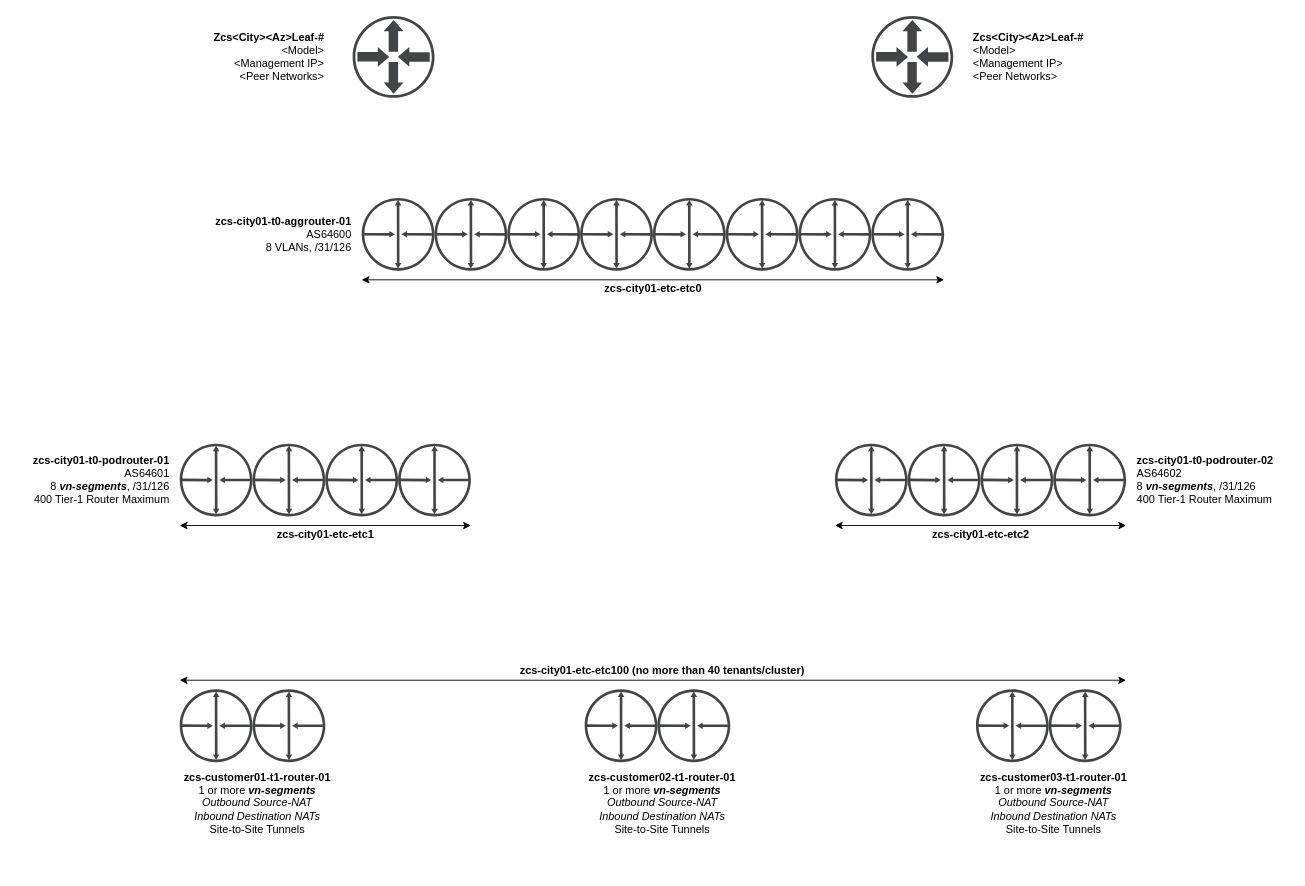
Before: page "Logical Routing Detail" (2 of 3) of dwg/IaaS Logical Routing.drawio in ngschmidt/nsx-ninja-design-v3, a draw.io diagram. Source tidied: cells renumbered, new cells numbered last; positions are measured from the earlier drawing's top-left corner, leaving out a move shared by most shapes. Both pictures are drawn from the tidied source at 91%, with x=0, y=0 at pixel (15, 15).
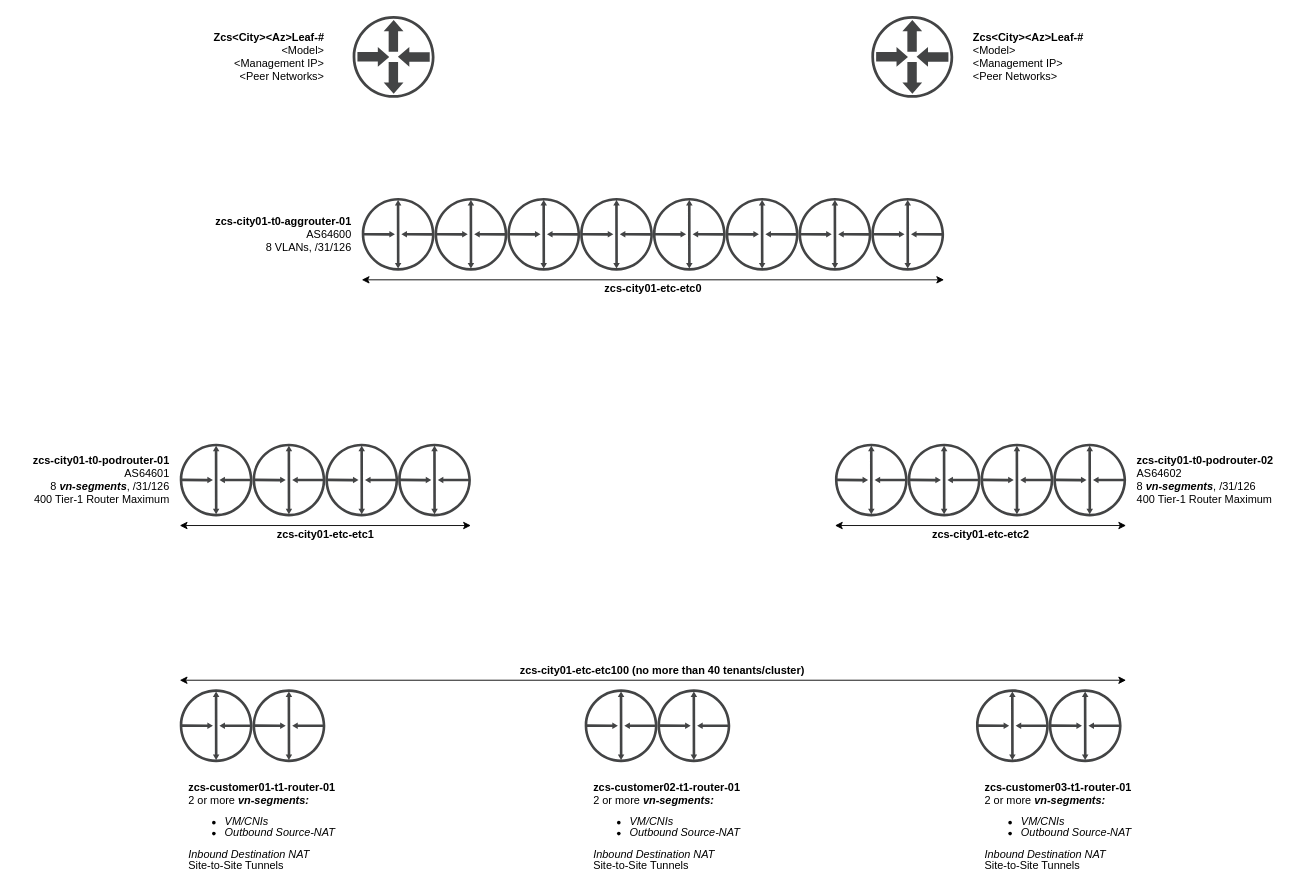
Above is the later version.

Change to the diagram source:
```diff
@@
-    <mxCell id="26" value="&lt;font color=&quot;#000000&quot;&gt;&lt;b&gt;zcs-customer01-t1-router-01&lt;/b&gt;&lt;br&gt;1 or more &lt;i&gt;&lt;b&gt;vn-segments&lt;/b&gt;&lt;br&gt;&lt;/i&gt;&lt;i&gt;Outbound Source-NAT&lt;br&gt;Inbound Destination NATs&lt;br&gt;&lt;/i&gt;Site-to-Site Tunnels&lt;br&gt;&lt;/font&gt;" style="text;html=1;align=center;verticalAlign=middle;fontColor=#FFFFFF;" parent="1" vertex="1">
-      <mxGeometry x="175" y="825" width="180" height="80" as="geometry" />
+    <mxCell id="26" value="&lt;font color=&quot;#000000&quot; style=&quot;line-height: 100%&quot;&gt;&lt;b&gt;zcs-customer01-t1-router-01&lt;/b&gt;&lt;br&gt;&lt;div style=&quot;text-align: left&quot;&gt;&lt;span&gt;2 or more &lt;/span&gt;&lt;i&gt;&lt;b&gt;vn-segments:&lt;/b&gt;&lt;/i&gt;&lt;/div&gt;&lt;i&gt;&lt;div style=&quot;text-align: left&quot;&gt;&lt;ul&gt;&lt;li&gt;&lt;i&gt;VM/CNIs&lt;/i&gt;&lt;/li&gt;&lt;li&gt;&lt;i&gt;Outbound Source-NAT&lt;/i&gt;&lt;/li&gt;&lt;/ul&gt;&lt;/div&gt;&lt;/i&gt;&lt;i&gt;&lt;div style=&quot;text-align: left&quot;&gt;&lt;i&gt;Inbound Destination NAT&lt;/i&gt;&lt;/div&gt;&lt;/i&gt;&lt;div style=&quot;text-align: left&quot;&gt;&lt;span&gt;Site-to-Site Tunnels&lt;/span&gt;&lt;/div&gt;&lt;/font&gt;" style="text;html=1;align=center;verticalAlign=middle;fontColor=#FFFFFF;" parent="1" vertex="1">
+      <mxGeometry x="180" y="840" width="180" height="100" as="geometry" />
     </mxCell>
@@
-    <mxCell id="29" value="&lt;font color=&quot;#000000&quot;&gt;&lt;b&gt;zcs-customer02-t1-router-01&lt;/b&gt;&lt;br&gt;1 or more &lt;i&gt;&lt;b&gt;vn-segments&lt;/b&gt;&lt;br&gt;&lt;/i&gt;&lt;i&gt;Outbound Source-NAT&lt;br&gt;Inbound Destination NATs&lt;br&gt;&lt;/i&gt;Site-to-Site Tunnels&lt;br&gt;&lt;/font&gt;" style="text;html=1;align=center;verticalAlign=middle;fontColor=#FFFFFF;" parent="1" vertex="1">
-      <mxGeometry x="620" y="825" width="180" height="80" as="geometry" />
-    </mxCell>
@@
-    <mxCell id="32" value="&lt;font color=&quot;#000000&quot;&gt;&lt;b&gt;zcs-customer03-t1-router-01&lt;/b&gt;&lt;br&gt;1 or more &lt;i&gt;&lt;b&gt;vn-segments&lt;/b&gt;&lt;br&gt;&lt;/i&gt;&lt;i&gt;Outbound Source-NAT&lt;br&gt;Inbound Destination NATs&lt;br&gt;&lt;/i&gt;Site-to-Site Tunnels&lt;br&gt;&lt;/font&gt;" style="text;html=1;align=center;verticalAlign=middle;fontColor=#FFFFFF;" parent="1" vertex="1">
-      <mxGeometry x="1050" y="825" width="180" height="80" as="geometry" />
-    </mxCell>
@@
+    <mxCell id="42" value="&lt;font color=&quot;#000000&quot; style=&quot;line-height: 100%&quot;&gt;&lt;b&gt;zcs-customer02-t1-router-01&lt;/b&gt;&lt;br&gt;&lt;div style=&quot;text-align: left&quot;&gt;&lt;span&gt;2 or more &lt;/span&gt;&lt;i&gt;&lt;b&gt;vn-segments:&lt;/b&gt;&lt;/i&gt;&lt;/div&gt;&lt;i&gt;&lt;div style=&quot;text-align: left&quot;&gt;&lt;ul&gt;&lt;li&gt;&lt;i&gt;VM/CNIs&lt;/i&gt;&lt;/li&gt;&lt;li&gt;&lt;i&gt;Outbound Source-NAT&lt;/i&gt;&lt;/li&gt;&lt;/ul&gt;&lt;/div&gt;&lt;/i&gt;&lt;i&gt;&lt;div style=&quot;text-align: left&quot;&gt;&lt;i&gt;Inbound Destination NAT&lt;/i&gt;&lt;/div&gt;&lt;/i&gt;&lt;div style=&quot;text-align: left&quot;&gt;&lt;span&gt;Site-to-Site Tunnels&lt;/span&gt;&lt;/div&gt;&lt;/font&gt;" style="text;html=1;align=center;verticalAlign=middle;fontColor=#FFFFFF;" parent="1" vertex="1">
+      <mxGeometry x="625" y="840" width="180" height="100" as="geometry" />
+    </mxCell>
+    <mxCell id="43" value="&lt;font color=&quot;#000000&quot; style=&quot;line-height: 100%&quot;&gt;&lt;b&gt;zcs-customer03-t1-router-01&lt;/b&gt;&lt;br&gt;&lt;div style=&quot;text-align: left&quot;&gt;&lt;span&gt;2 or more &lt;/span&gt;&lt;i&gt;&lt;b&gt;vn-segments:&lt;/b&gt;&lt;/i&gt;&lt;/div&gt;&lt;i&gt;&lt;div style=&quot;text-align: left&quot;&gt;&lt;ul&gt;&lt;li&gt;&lt;i&gt;VM/CNIs&lt;/i&gt;&lt;/li&gt;&lt;li&gt;&lt;i&gt;Outbound Source-NAT&lt;/i&gt;&lt;/li&gt;&lt;/ul&gt;&lt;/div&gt;&lt;/i&gt;&lt;i&gt;&lt;div style=&quot;text-align: left&quot;&gt;&lt;i&gt;Inbound Destination NAT&lt;/i&gt;&lt;/div&gt;&lt;/i&gt;&lt;div style=&quot;text-align: left&quot;&gt;&lt;span&gt;Site-to-Site Tunnels&lt;/span&gt;&lt;/div&gt;&lt;/font&gt;" style="text;html=1;align=center;verticalAlign=middle;fontColor=#FFFFFF;" parent="1" vertex="1">
+      <mxGeometry x="1055" y="840" width="180" height="100" as="geometry" />
+    </mxCell>
```
